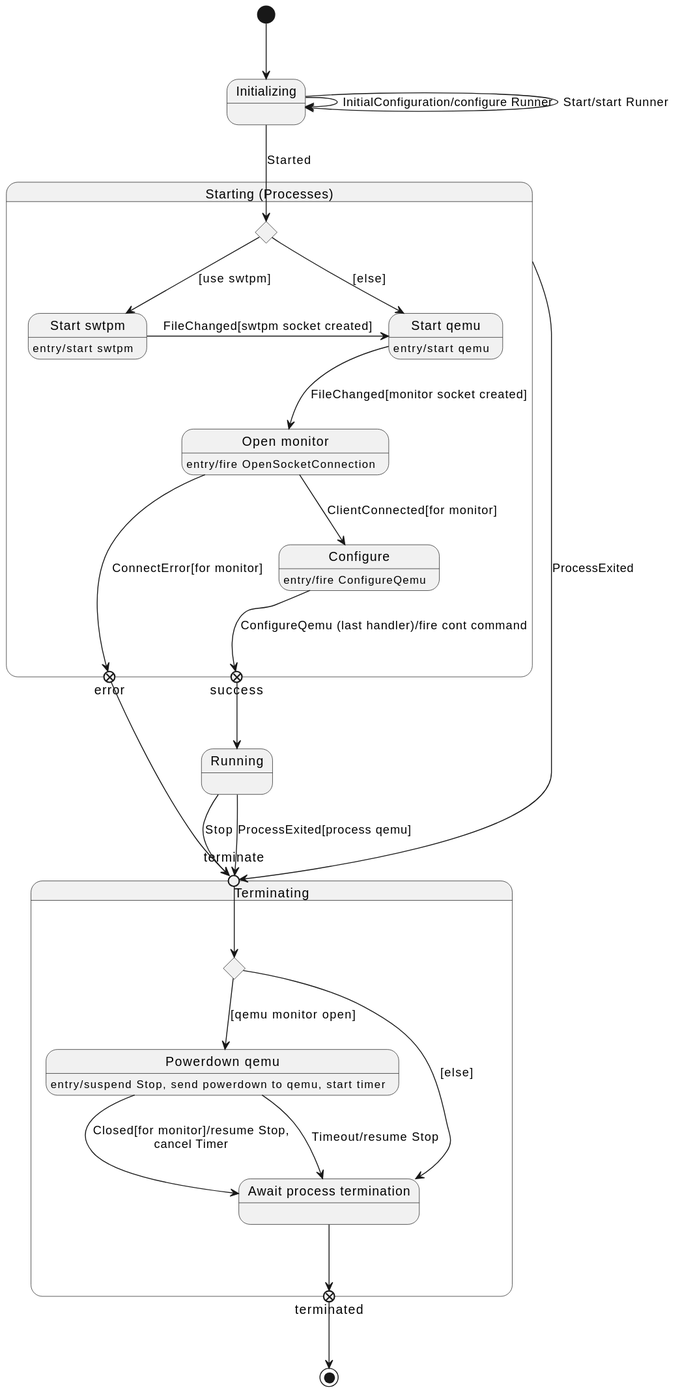
The PlantUML diagram javadoc/org/jdrupes/vmoperator/runner/qemu/RunnerStates.svg in mnlipp/VM-Operator, before a commit.
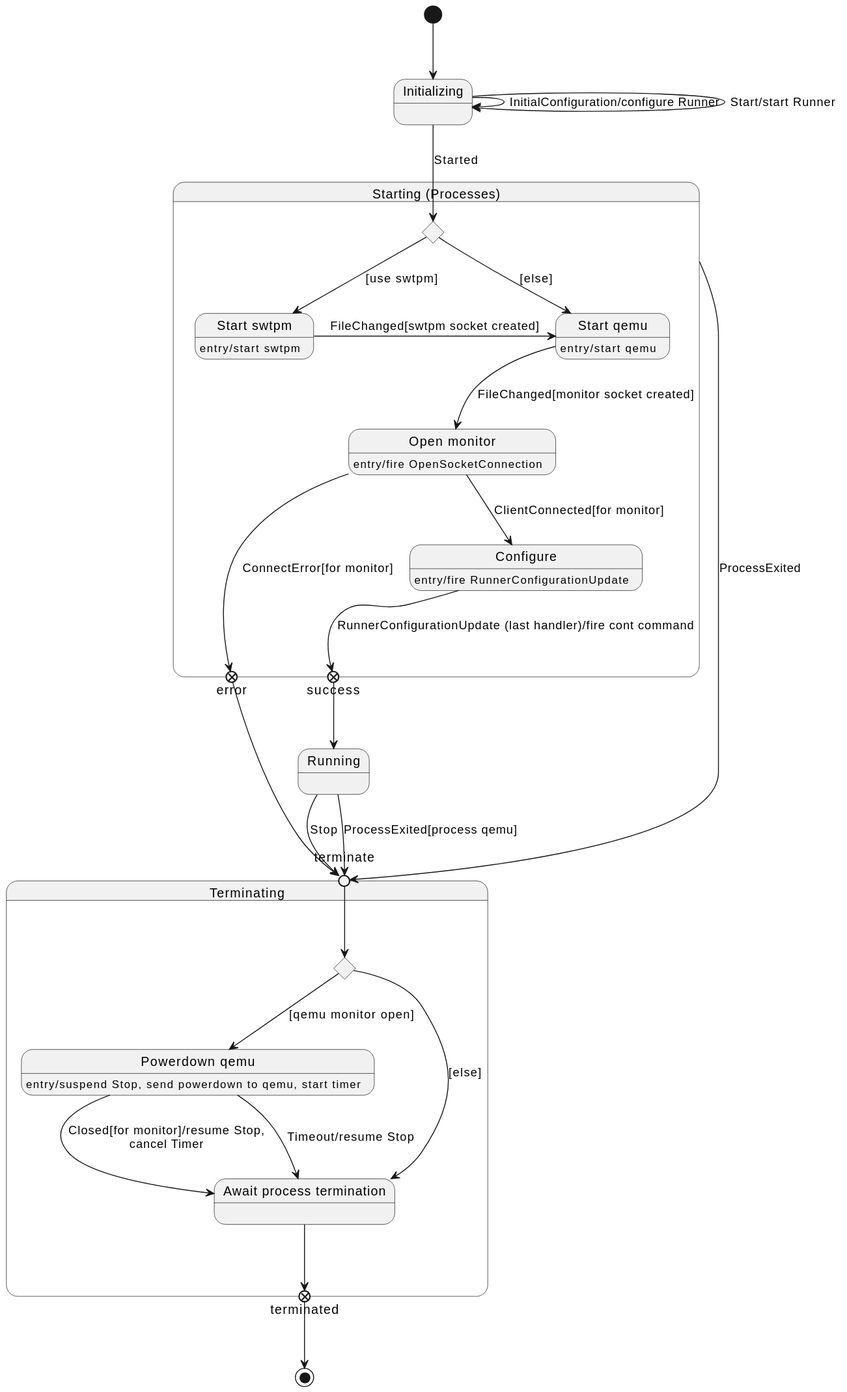
The same diagram one commit later.

What changed in the source:
```diff
@@ -26,8 +26,8 @@
      monitor --> configure: ClientConnected[for monitor]
      monitor -> error: ConnectError[for monitor]
 
-     configure: entry/fire ConfigureQemu
-     configure --> success: ConfigureQemu (last handler)/fire cont command
+     configure: entry/fire RunnerConfigurationUpdate
+     configure --> success: RunnerConfigurationUpdate (last handler)/fire cont command
  }
 
  Initializing --> which: Started
```
